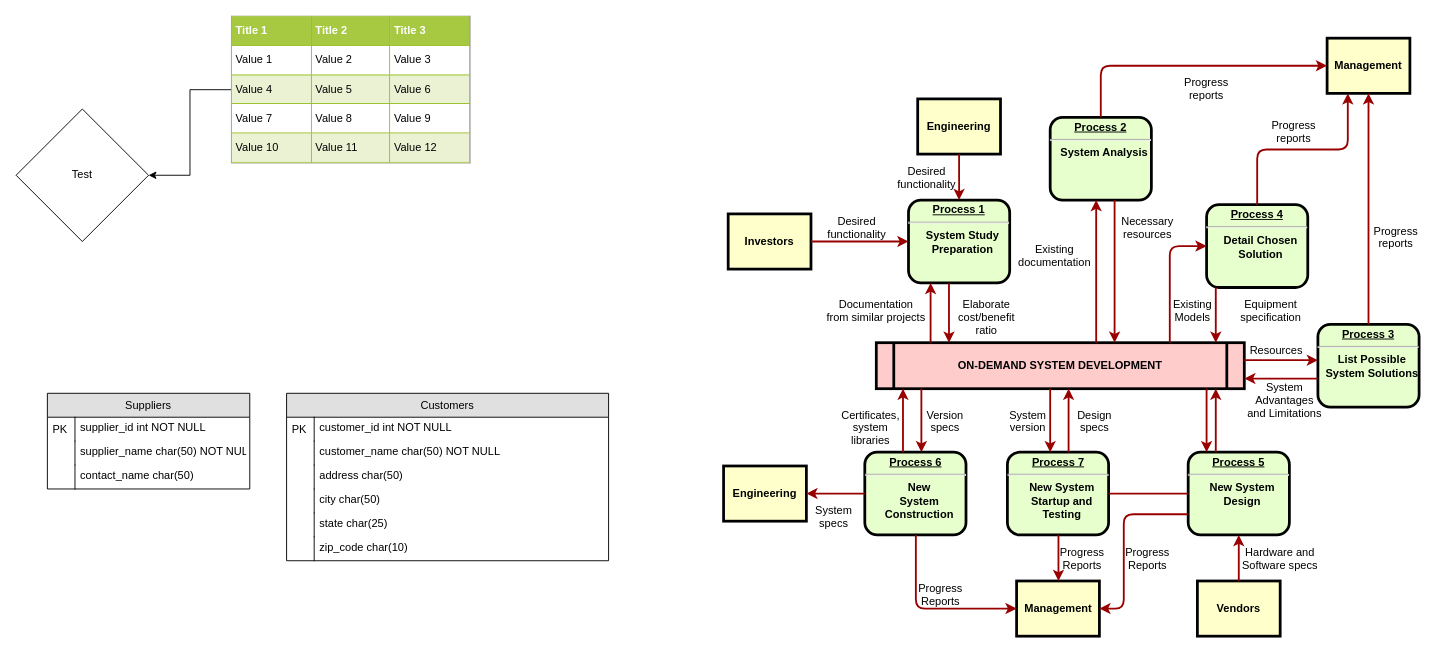
Before: Some test.drawio in danoviedo91/test-repo, a draw.io diagram. Source tidied: cells renumbered, new cells numbered last; positions are measured from the earlier drawing's top-left corner, leaving out a move shared by most shapes. Both pictures are drawn from the tidied source at 92%, with x=0, y=0 at pixel (16, 16).
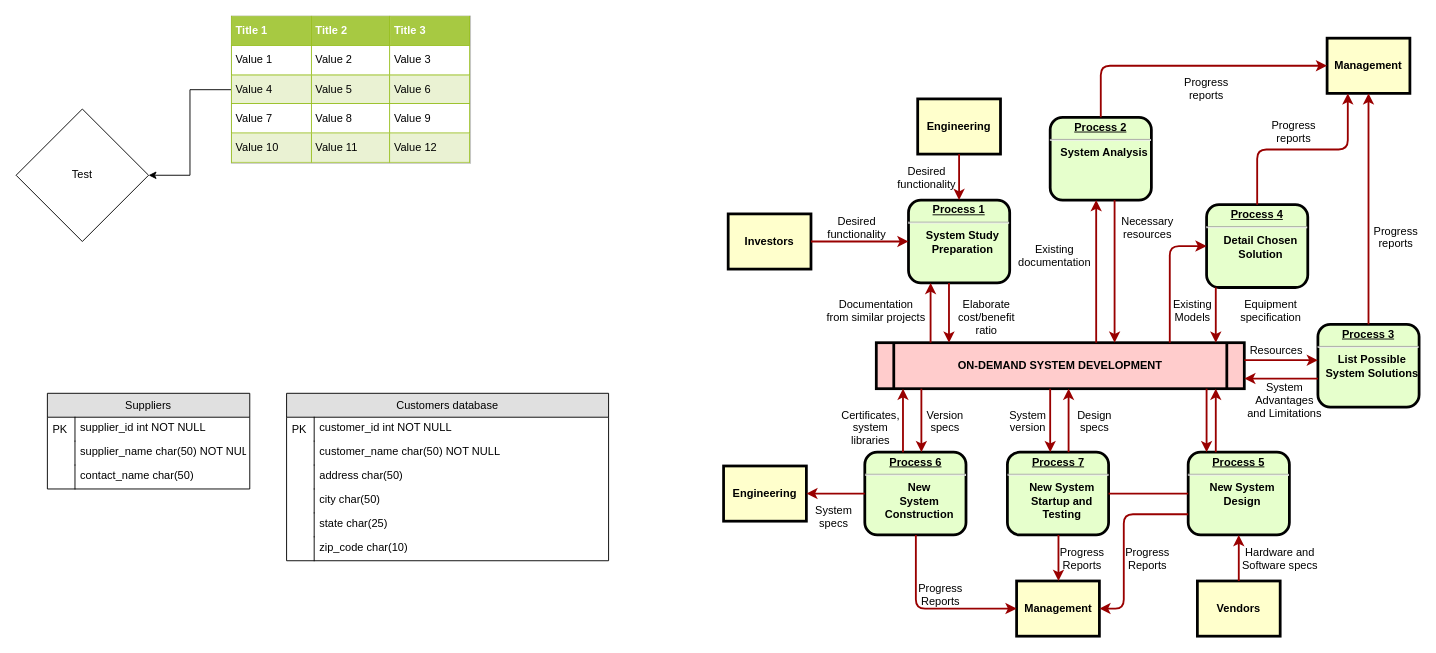
The same page after the edit.

Commit message:
Update customers database

Change to the diagram source:
```diff
@@
-    <mxCell id="73" value="Customers" style="swimlane;fontStyle=0;horizontal=1;startSize=26;fillColor=#e0e0e0;swimlaneFillColor=#ffffff;align=center;" parent="1" vertex="1">
+    <mxCell id="73" value="Customers database" style="swimlane;fontStyle=0;horizontal=1;startSize=26;fillColor=#e0e0e0;swimlaneFillColor=#ffffff;align=center;" parent="1" vertex="1">
       <mxGeometry x="294" y="410" width="350" height="182" as="geometry" />
     </mxCell>
```
